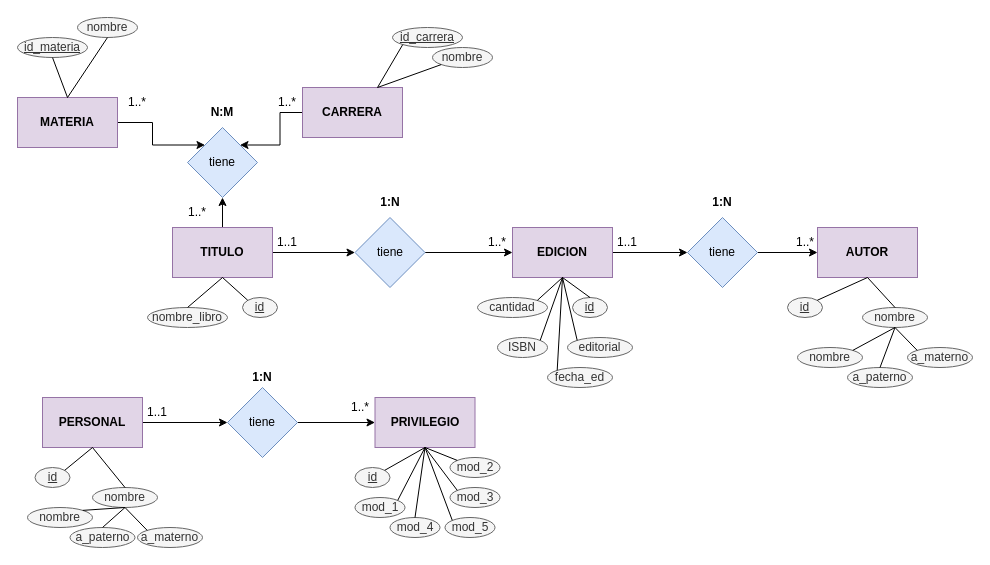
Before: Diagrama ER TBD Biblio.drawio in misiomishi/itcj, a draw.io diagram. Source tidied: cells renumbered, new cells numbered last; positions are measured from the earlier drawing's top-left corner, leaving out a move shared by most shapes. Both pictures are drawn from the tidied source at 100%, with x=0, y=0 at pixel (17, 17).
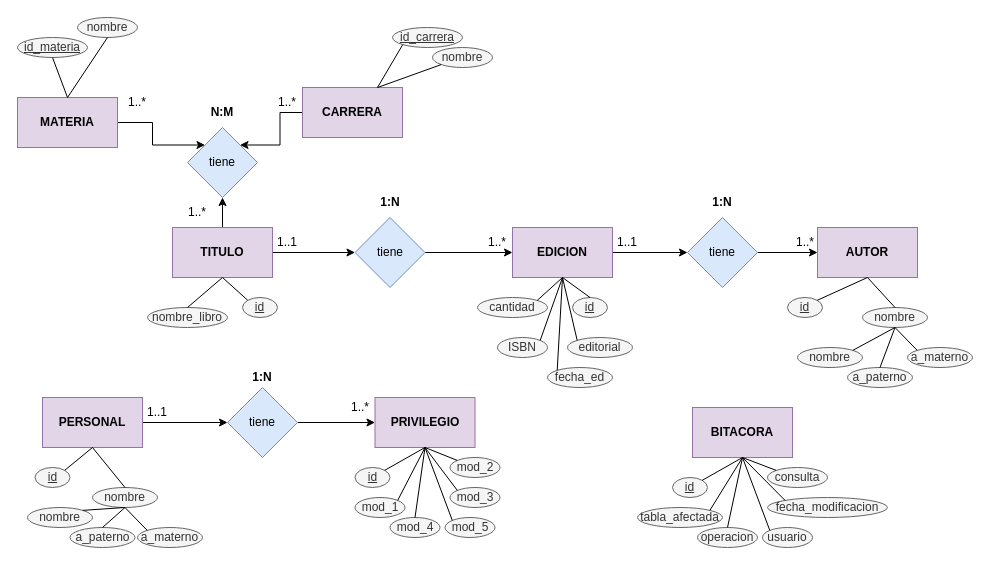
The same page after the edit.

Diff of the diagram source:
```diff
@@
+    <mxCell id="89" value="BITACORA" style="rounded=0;whiteSpace=wrap;html=1;fillColor=#e1d5e7;strokeColor=#9673a6;fontStyle=1;" parent="1" vertex="1">
+      <mxGeometry x="675" y="390" width="100" height="50" as="geometry" />
+    </mxCell>
+    <mxCell id="90" value="id" style="ellipse;whiteSpace=wrap;html=1;fillColor=#f5f5f5;strokeColor=#666666;fontColor=#333333;fontStyle=4;" parent="1" vertex="1">
+      <mxGeometry x="655" y="460" width="35" height="20" as="geometry" />
+    </mxCell>
+    <mxCell id="91" value="tabla_afectada" style="ellipse;whiteSpace=wrap;html=1;fillColor=#f5f5f5;strokeColor=#666666;fontColor=#333333;fontStyle=0;" parent="1" vertex="1">
+      <mxGeometry x="620" y="490" width="85" height="20" as="geometry" />
+    </mxCell>
+    <mxCell id="92" value="consulta" style="ellipse;whiteSpace=wrap;html=1;fillColor=#f5f5f5;strokeColor=#666666;fontColor=#333333;fontStyle=0;" parent="1" vertex="1">
+      <mxGeometry x="750" y="450" width="60" height="20" as="geometry" />
+    </mxCell>
+    <mxCell id="93" value="fecha_modificacion" style="ellipse;whiteSpace=wrap;html=1;fillColor=#f5f5f5;strokeColor=#666666;fontColor=#333333;fontStyle=0;" parent="1" vertex="1">
+      <mxGeometry x="750" y="480" width="120" height="20" as="geometry" />
+    </mxCell>
+    <mxCell id="94" value="operacion" style="ellipse;whiteSpace=wrap;html=1;fillColor=#f5f5f5;strokeColor=#666666;fontColor=#333333;fontStyle=0;" parent="1" vertex="1">
+      <mxGeometry x="680" y="510" width="60" height="20" as="geometry" />
+    </mxCell>
+    <mxCell id="95" value="usuario" style="ellipse;whiteSpace=wrap;html=1;fillColor=#f5f5f5;strokeColor=#666666;fontColor=#333333;fontStyle=0;" parent="1" vertex="1">
+      <mxGeometry x="745" y="510" width="50" height="20" as="geometry" />
+    </mxCell>
+    <mxCell id="96" style="endArrow=none;html=1;rounded=0;entryX=0.5;entryY=1;entryDx=0;entryDy=0;exitX=1;exitY=0;exitDx=0;exitDy=0;" parent="1" edge="1" source="90" target="89">
+      <mxGeometry relative="1" as="geometry" />
+    </mxCell>
+    <mxCell id="97" style="endArrow=none;html=1;rounded=0;entryX=0.5;entryY=1;entryDx=0;entryDy=0;exitX=1;exitY=0;exitDx=0;exitDy=0;" parent="1" edge="1" source="91" target="89">
+      <mxGeometry relative="1" as="geometry" />
+    </mxCell>
+    <mxCell id="98" style="endArrow=none;html=1;rounded=0;entryX=0.5;entryY=1;entryDx=0;entryDy=0;exitX=0.5;exitY=0;exitDx=0;exitDy=0;" parent="1" edge="1" source="94" target="89">
+      <mxGeometry relative="1" as="geometry" />
+    </mxCell>
+    <mxCell id="99" style="endArrow=none;html=1;rounded=0;entryX=0.5;entryY=1;entryDx=0;entryDy=0;exitX=0;exitY=0;exitDx=0;exitDy=0;" parent="1" edge="1" source="92" target="89">
+      <mxGeometry relative="1" as="geometry" />
+    </mxCell>
+    <mxCell id="100" style="endArrow=none;html=1;rounded=0;entryX=0.5;entryY=1;entryDx=0;entryDy=0;exitX=0;exitY=0;exitDx=0;exitDy=0;" parent="1" edge="1" source="93" target="89">
+      <mxGeometry relative="1" as="geometry" />
+    </mxCell>
+    <mxCell id="101" style="endArrow=none;html=1;rounded=0;entryX=0.5;entryY=1;entryDx=0;entryDy=0;exitX=0;exitY=0;exitDx=0;exitDy=0;" parent="1" edge="1" source="95" target="89">
+      <mxGeometry relative="1" as="geometry" />
+    </mxCell>
```
